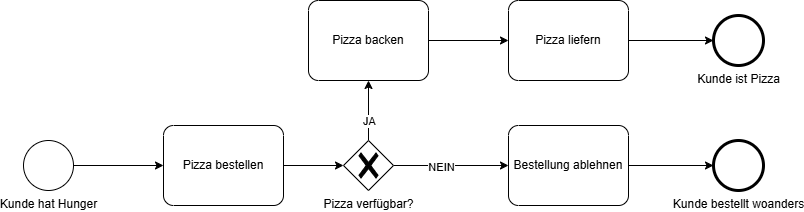
Above: slides/content/slides/Informatik/Business-Process-Modelling/assets/bpmn-example-order-pizza.drawio.png in HTL-Wolfsberg-Betriebsinformatik/skript (draw.io), before the change. Source tidied: cells renumbered, new cells last; positions are measured from the earlier drawing's top-left corner, leaving out a move shared by most shapes.
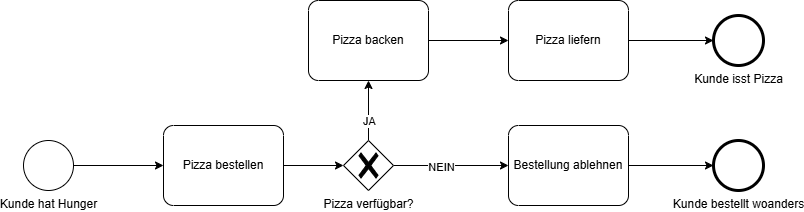
After the commit.

The edit, as a diff of the source:
```diff
@@ -17,7 +17,7 @@
     <mxCell id="6" style="edgeStyle=none;html=1;" parent="1" edge="1" source="17" target="7">
       <mxGeometry relative="1" as="geometry" />
     </mxCell>
-    <mxCell id="7" value="Kunde ist Pizza" style="points=[[0.145,0.145,0],[0.5,0,0],[0.855,0.145,0],[1,0.5,0],[0.855,0.855,0],[0.5,1,0],[0.145,0.855,0],[0,0.5,0]];shape=mxgraph.bpmn.event;html=1;verticalLabelPosition=bottom;labelBackgroundColor=#ffffff;verticalAlign=top;align=center;perimeter=ellipsePerimeter;outlineConnect=0;outline=end;symbol=terminate2;" parent="1" vertex="1">
+    <mxCell id="7" value="Kunde isst Pizza" style="points=[[0.145,0.145,0],[0.5,0,0],[0.855,0.145,0],[1,0.5,0],[0.855,0.855,0],[0.5,1,0],[0.145,0.855,0],[0,0.5,0]];shape=mxgraph.bpmn.event;html=1;verticalLabelPosition=bottom;labelBackgroundColor=#ffffff;verticalAlign=top;align=center;perimeter=ellipsePerimeter;outlineConnect=0;outline=end;symbol=terminate2;" parent="1" vertex="1">
       <mxGeometry x="690" y="15" width="50" height="50" as="geometry" />
     </mxCell>
     <mxCell id="8" style="edgeStyle=none;html=1;" parent="1" edge="1" source="12" target="14">
```
